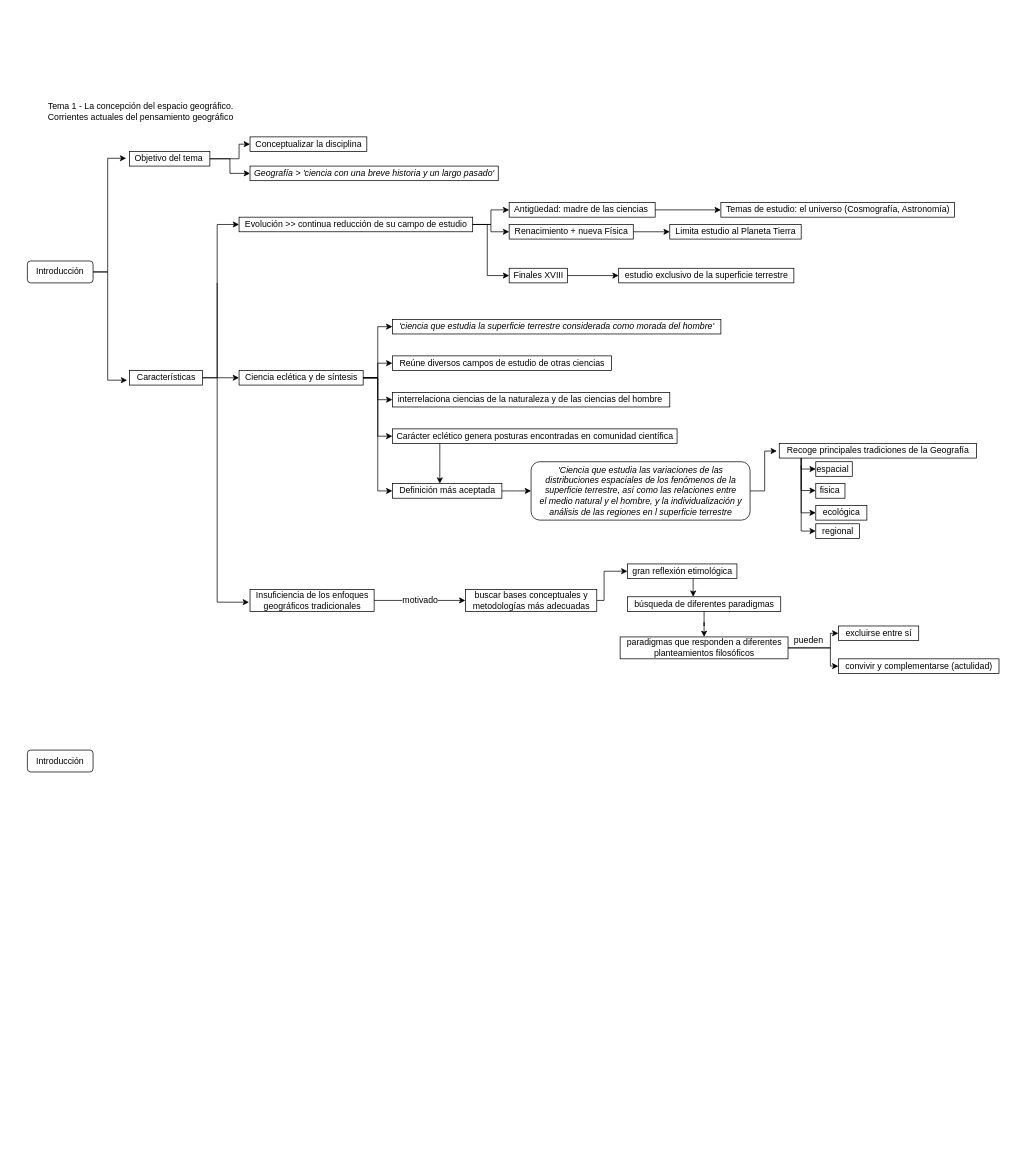
Earlier version of the draw.io diagram Untitled Diagram.drawio (Syldori/esqHistoria). Source tidied: cells renumbered, new cells numbered last; positions are measured from the earlier drawing's top-left corner, leaving out a move shared by most shapes. Both pictures are drawn from the tidied source at 73%, with x=0, y=0 at pixel (27, 100).
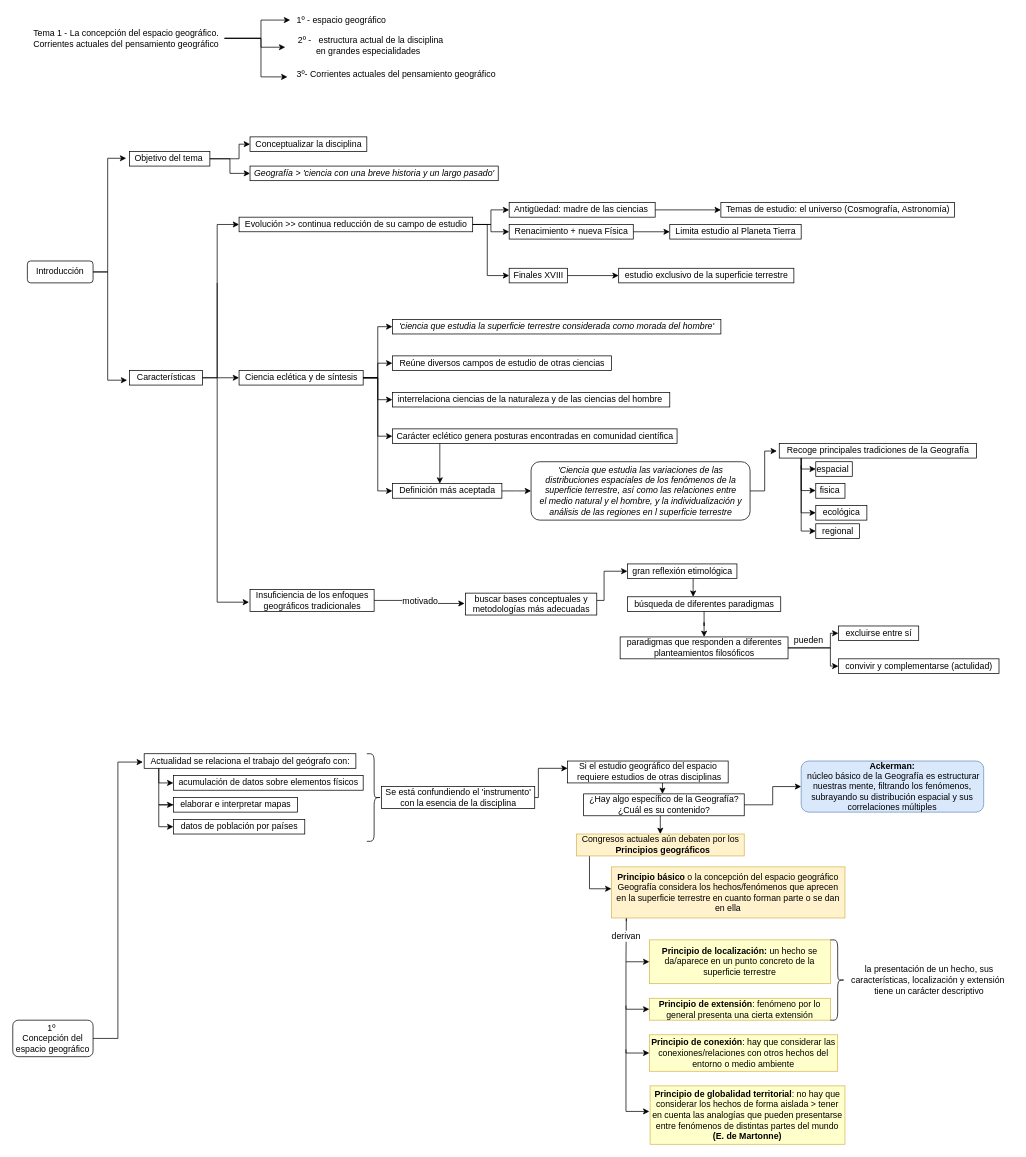
The same page after the edit.

The change refers to these unchanged cells:
```xml
<mxCell id="54" value="Insuficiencia de los enfoques &lt;br&gt;geográficos tradicionales" style="text;html=1;align=center;verticalAlign=middle;points=[];strokeColor=#000000;" parent="1" vertex="1">
  <mxGeometry x="305" y="670" width="170" height="30" as="geometry" />
</mxCell>
```

Diff of the diagram source:
```diff
@@
+    <mxCell id="67" style="edgeStyle=orthogonalEdgeStyle;rounded=0;jettySize=auto;html=1;fontSize=12;" parent="1" edge="1" source="5" target="71">
+      <mxGeometry relative="1" as="geometry">
+        <Array as="points">
+          <mxPoint x="320" y="-85" />
+          <mxPoint x="320" y="-110" />
+        </Array>
+      </mxGeometry>
+    </mxCell>
+    <mxCell id="68" style="edgeStyle=orthogonalEdgeStyle;rounded=0;jettySize=auto;html=1;fontSize=12;entryX=-0.008;entryY=0.572;entryDx=0;entryDy=0;entryPerimeter=0;" parent="1" edge="1" source="5" target="72">
+      <mxGeometry relative="1" as="geometry">
+        <Array as="points">
+          <mxPoint x="320" y="-85" />
+          <mxPoint x="320" y="-73" />
+        </Array>
+      </mxGeometry>
+    </mxCell>
+    <mxCell id="69" style="edgeStyle=orthogonalEdgeStyle;rounded=0;jettySize=auto;html=1;fontSize=12;entryX=-0.013;entryY=0.642;entryDx=0;entryDy=0;entryPerimeter=0;" parent="1" edge="1" source="5" target="73">
+      <mxGeometry relative="1" as="geometry">
+        <Array as="points">
+          <mxPoint x="320" y="-85" />
+          <mxPoint x="320" y="-32" />
+        </Array>
+      </mxGeometry>
+    </mxCell>
     <mxCell id="5" value="Tema 1 - La concepción del espacio geográfico. &lt;br&gt;Corrientes actuales del pensamiento geográfico&lt;br&gt;" style="text;html=1;align=center;verticalAlign=middle;points=[];" parent="1" vertex="1">
-      <mxGeometry x="20" width="270" height="30" as="geometry" />
+      <mxGeometry y="-100" width="270" height="30" as="geometry" />
     </mxCell>
@@
-    <mxCell id="53" value="motivado" style="edgeStyle=orthogonalEdgeStyle;rounded=0;jettySize=auto;html=1;fontSize=12;" parent="1" edge="1" source="54" target="56">
+    <mxCell id="53" value="motivado" style="rounded=0;jettySize=auto;html=1;fontSize=12;entryX=-0.006;entryY=0.472;entryDx=0;entryDy=0;entryPerimeter=0;edgeStyle=orthogonalEdgeStyle;" parent="1" edge="1" source="54" target="56">
       <mxGeometry relative="1" as="geometry">
         <Array as="points">
-          <mxPoint x="650" y="680" />
-          <mxPoint x="650" y="680" />
+          <mxPoint x="538" y="685" />
+          <mxPoint x="538" y="689" />
         </Array>
       </mxGeometry>
     </mxCell>
@@
     <mxCell id="56" value="buscar bases conceptuales y&lt;br&gt;metodologías más adecuadas" style="text;html=1;align=center;verticalAlign=middle;points=[];strokeColor=#000000;" parent="1" vertex="1">
-      <mxGeometry x="600" y="670" width="180" height="30" as="geometry" />
+      <mxGeometry x="600" y="675" width="180" height="30" as="geometry" />
     </mxCell>
@@
+    <mxCell id="70" style="edgeStyle=elbowEdgeStyle;rounded=0;jettySize=auto;html=1;fontSize=12;entryX=-0.006;entryY=0.572;entryDx=0;entryDy=0;entryPerimeter=0;" parent="1" edge="1" source="66" target="75">
+      <mxGeometry relative="1" as="geometry" />
+    </mxCell>
-    <mxCell id="66" value="Introducción" style="rounded=1;whiteSpace=wrap;html=1;" parent="1" vertex="1">
-      <mxGeometry y="890" width="90" height="30" as="geometry" />
+    <mxCell id="66" value="1º&amp;nbsp; &lt;br&gt;Concepción del espacio geográfico" style="rounded=1;whiteSpace=wrap;html=1;" parent="1" vertex="1">
+      <mxGeometry x="-20" y="1260" width="110" height="50" as="geometry" />
     </mxCell>
+    <mxCell id="71" value="1º - espacio geográfico" style="text;html=1;align=center;verticalAlign=middle;points=[];fontSize=12;" parent="1" vertex="1">
+      <mxGeometry x="360" y="-120" width="140" height="20" as="geometry" />
+    </mxCell>
+    <mxCell id="72" value="&amp;nbsp; &amp;nbsp;2º -&amp;nbsp; &amp;nbsp;estructura actual de la disciplina&lt;br&gt;&amp;nbsp;en grandes especialidades" style="text;html=1;align=center;verticalAlign=middle;points=[];" parent="1" vertex="1">
+      <mxGeometry x="355" y="-90" width="220" height="30" as="geometry" />
+    </mxCell>
+    <mxCell id="73" value="3º- Corrientes actuales del pensamiento geográfico" style="text;html=1;align=center;verticalAlign=middle;points=[];" parent="1" vertex="1">
+      <mxGeometry x="360" y="-45" width="290" height="20" as="geometry" />
+    </mxCell>
+    <mxCell id="74" style="edgeStyle=elbowEdgeStyle;rounded=0;jettySize=auto;html=1;fontSize=12;" parent="1" edge="1" source="75" target="77">
+      <mxGeometry relative="1" as="geometry">
+        <Array as="points">
+          <mxPoint x="180" y="935" />
+          <mxPoint x="160" y="945" />
+        </Array>
+      </mxGeometry>
+    </mxCell>
+    <mxCell id="75" value="Actualidad se relaciona el trabajo del geógrafo con:" style="text;html=1;align=center;verticalAlign=middle;points=[];strokeColor=#000000;" parent="1" vertex="1">
+      <mxGeometry x="160" y="895" width="290" height="20" as="geometry" />
+    </mxCell>
+    <mxCell id="76" style="edgeStyle=elbowEdgeStyle;rounded=0;jettySize=auto;html=1;fontSize=12;" parent="1" edge="1" target="79">
+      <mxGeometry relative="1" as="geometry">
+        <mxPoint x="180" y="915" as="sourcePoint" />
+        <Array as="points">
+          <mxPoint x="180" y="945" />
+          <mxPoint x="180" y="955" />
+        </Array>
+      </mxGeometry>
+    </mxCell>
+    <mxCell id="77" value="acumulación de datos sobre elementos físicos" style="text;html=1;align=center;verticalAlign=middle;points=[];strokeColor=#000000;" parent="1" vertex="1">
+      <mxGeometry x="200" y="925" width="260" height="20" as="geometry" />
+    </mxCell>
+    <mxCell id="78" style="edgeStyle=orthogonalEdgeStyle;rounded=0;jettySize=auto;html=1;fontSize=12;" parent="1" edge="1" source="79" target="80">
+      <mxGeometry relative="1" as="geometry">
+        <Array as="points">
+          <mxPoint x="180" y="965" />
+          <mxPoint x="180" y="995" />
+        </Array>
+      </mxGeometry>
+    </mxCell>
+    <mxCell id="79" value="elaborar e interpretar mapas" style="text;html=1;align=center;verticalAlign=middle;points=[];strokeColor=#000000;" parent="1" vertex="1">
+      <mxGeometry x="200" y="955" width="170" height="20" as="geometry" />
+    </mxCell>
+    <mxCell id="80" value="datos de población por países" style="text;html=1;align=center;verticalAlign=middle;points=[];strokeColor=#000000;" parent="1" vertex="1">
+      <mxGeometry x="200" y="985" width="180" height="20" as="geometry" />
+    </mxCell>
+    <mxCell id="81" style="shape=curlyBracket;whiteSpace=wrap;html=1;rounded=1;strokeColor=#000000;strokeWidth=1;fontSize=12;direction=west;" parent="1" vertex="1">
+      <mxGeometry x="465" y="895" width="20" height="120" as="geometry" />
+    </mxCell>
+    <mxCell id="82" style="edgeStyle=orthogonalEdgeStyle;rounded=0;jettySize=auto;html=1;fontSize=12;" parent="1" edge="1" source="83" target="85">
+      <mxGeometry relative="1" as="geometry">
+        <Array as="points">
+          <mxPoint x="700" y="955" />
+          <mxPoint x="700" y="915" />
+        </Array>
+      </mxGeometry>
+    </mxCell>
+    <mxCell id="83" value="Se está confundiendo el 'instrumento' &lt;br&gt;con la esencia de la disciplina" style="text;html=1;align=center;verticalAlign=middle;points=[];strokeColor=#000000;" parent="1" vertex="1">
+      <mxGeometry x="485" y="940" width="210" height="30" as="geometry" />
+    </mxCell>
+    <mxCell id="84" style="edgeStyle=orthogonalEdgeStyle;rounded=0;jettySize=auto;html=1;fontSize=12;" parent="1" edge="1" source="85" target="88">
+      <mxGeometry relative="1" as="geometry">
+        <Array as="points">
+          <mxPoint x="870" y="945" />
+          <mxPoint x="870" y="945" />
+        </Array>
+      </mxGeometry>
+    </mxCell>
+    <mxCell id="85" value="Si el estudio geográfico del espacio&lt;br&gt;&amp;nbsp;requiere estudios de otras disciplinas" style="text;html=1;align=center;verticalAlign=middle;points=[];strokeColor=#000000;" parent="1" vertex="1">
+      <mxGeometry x="740" y="905" width="220" height="30" as="geometry" />
+    </mxCell>
+    <mxCell id="86" style="edgeStyle=orthogonalEdgeStyle;rounded=0;jettySize=auto;html=1;fontSize=12;" parent="1" edge="1" source="88" target="89">
+      <mxGeometry relative="1" as="geometry" />
+    </mxCell>
+    <mxCell id="87" style="edgeStyle=orthogonalEdgeStyle;rounded=0;jettySize=auto;html=1;fontSize=12;" parent="1" edge="1" source="88" target="91">
+      <mxGeometry relative="1" as="geometry">
+        <Array as="points">
+          <mxPoint x="867" y="990" />
+          <mxPoint x="867" y="990" />
+        </Array>
+      </mxGeometry>
+    </mxCell>
+    <mxCell id="88" value="¿Hay algo específico de la Geografía?&lt;br&gt;¿Cuál es su contenido?" style="text;html=1;align=center;verticalAlign=middle;points=[];strokeColor=#000000;" parent="1" vertex="1">
+      <mxGeometry x="762" y="950" width="220" height="30" as="geometry" />
+    </mxCell>
+    <mxCell id="89" value="&lt;b&gt;Ackerman:&lt;br&gt;&amp;nbsp;&lt;/b&gt;núcleo básico de la Geografía es estructurar nuestras mente, filtrando los fenómenos, subrayando su distribución espacial y sus correlaciones múltiples" style="rounded=1;whiteSpace=wrap;html=1;shadow=0;glass=0;sketch=0;strokeColor=#6c8ebf;strokeWidth=1;fillColor=#dae8fc;fontSize=12;" parent="1" vertex="1">
+      <mxGeometry x="1060" y="905" width="250" height="70" as="geometry" />
+    </mxCell>
+    <mxCell id="90" style="edgeStyle=orthogonalEdgeStyle;rounded=0;jettySize=auto;html=1;fontSize=12;" parent="1" edge="1" source="91" target="93">
+      <mxGeometry relative="1" as="geometry">
+        <Array as="points">
+          <mxPoint x="770" y="1080" />
+        </Array>
+      </mxGeometry>
+    </mxCell>
+    <mxCell id="91" value="Congresos actuales aún debaten por los&lt;br&gt;&amp;nbsp;&amp;nbsp;&lt;b&gt;Principios geográficos&lt;/b&gt;" style="text;html=1;align=center;verticalAlign=middle;points=[];strokeColor=#d6b656;fillColor=#fff2cc;" parent="1" vertex="1">
+      <mxGeometry x="752" y="1005" width="230" height="30" as="geometry" />
+    </mxCell>
+    <mxCell id="92" value="derivan" style="edgeStyle=orthogonalEdgeStyle;rounded=0;jettySize=auto;html=1;exitX=0.064;exitY=1.063;exitDx=0;exitDy=0;entryX=0;entryY=0.5;entryDx=0;entryDy=0;fontSize=12;exitPerimeter=0;" parent="1" edge="1" source="93" target="95">
+      <mxGeometry x="-0.4" relative="1" as="geometry">
+        <Array as="points">
+          <mxPoint x="821" y="1120" />
+          <mxPoint x="820" y="1140" />
+          <mxPoint x="820" y="1180" />
+        </Array>
+      </mxGeometry>
+    </mxCell>
+    <mxCell id="93" value="&lt;b&gt;Principio básico &lt;/b&gt;o la concepción del espacio geográfico&lt;br&gt;Geografía considera los hechos/fenómenos que aprecen en la superficie terrestre en cuanto forman parte o se dan en ella" style="whiteSpace=wrap;html=1;strokeColor=#d6b656;fillColor=#fff2cc;" parent="1" vertex="1">
+      <mxGeometry x="800" y="1050" width="320" height="70" as="geometry" />
+    </mxCell>
+    <mxCell id="94" style="edgeStyle=orthogonalEdgeStyle;rounded=0;jettySize=auto;html=1;fontSize=12;entryX=0;entryY=0.5;entryDx=0;entryDy=0;" parent="1" edge="1" target="96">
+      <mxGeometry relative="1" as="geometry">
+        <mxPoint x="820" y="1180" as="sourcePoint" />
+        <Array as="points">
+          <mxPoint x="820" y="1245" />
+        </Array>
+      </mxGeometry>
+    </mxCell>
+    <mxCell id="95" value="&lt;b&gt;Principio de localización:&lt;/b&gt; un hecho se da/aparece en un punto concreto de la superficie terrestre" style="whiteSpace=wrap;html=1;strokeColor=#d6b656;fillColor=#FFFFCC;" parent="1" vertex="1">
+      <mxGeometry x="852" y="1150" width="248" height="60" as="geometry" />
+    </mxCell>
+    <mxCell id="96" value="&lt;b&gt;Principio de extensión&lt;/b&gt;: fenómeno por lo general presenta una cierta extensión" style="whiteSpace=wrap;html=1;strokeColor=#d6b656;fillColor=#FFFFCC;" parent="1" vertex="1">
+      <mxGeometry x="852" y="1230" width="248" height="30" as="geometry" />
+    </mxCell>
+    <mxCell id="97" value="&lt;b&gt;Principio de conexión&lt;/b&gt;: hay que considerar las conexiones/relaciones con otros hechos del entorno o medio ambiente" style="whiteSpace=wrap;html=1;strokeColor=#d6b656;fillColor=#FFFFCC;" parent="1" vertex="1">
+      <mxGeometry x="852" y="1280" width="258" height="50" as="geometry" />
+    </mxCell>
+    <mxCell id="98" style="shape=curlyBracket;whiteSpace=wrap;html=1;rounded=1;strokeColor=#000000;strokeWidth=1;fontSize=12;direction=west;" parent="1" vertex="1">
+      <mxGeometry x="1100" y="1150" width="20" height="110" as="geometry" />
+    </mxCell>
+    <mxCell id="99" value="la presentación de un hecho, sus &lt;br&gt;características, localización y extensión&amp;nbsp;&lt;br&gt;tiene un carácter descriptivo" style="text;html=1;align=center;verticalAlign=middle;fontSize=12;" parent="1" vertex="1">
+      <mxGeometry x="1120" y="1180" width="230" height="50" as="geometry" />
+    </mxCell>
+    <mxCell id="100" value="&lt;b&gt;Principio de globalidad territorial&lt;/b&gt;: no hay que considerar los hechos de forma aislada &amp;gt; tener en cuenta las analogías que pueden presentarse entre fenómenos de distintas partes del mundo &lt;b&gt;(E. de Martonne)&lt;/b&gt;" style="whiteSpace=wrap;html=1;strokeColor=#d6b656;fillColor=#FFFFCC;" parent="1" vertex="1">
+      <mxGeometry x="853" y="1350" width="267" height="80" as="geometry" />
+    </mxCell>
+    <mxCell id="101" style="edgeStyle=orthogonalEdgeStyle;rounded=0;orthogonalLoop=1;jettySize=auto;html=1;fontSize=12;entryX=0;entryY=0.5;entryDx=0;entryDy=0;" parent="1" edge="1">
+      <mxGeometry relative="1" as="geometry">
+        <mxPoint x="820" y="1240" as="sourcePoint" />
+        <mxPoint x="852" y="1305" as="targetPoint" />
+        <Array as="points">
+          <mxPoint x="820" y="1305" />
+        </Array>
+      </mxGeometry>
+    </mxCell>
+    <mxCell id="102" style="edgeStyle=orthogonalEdgeStyle;rounded=0;orthogonalLoop=1;jettySize=auto;html=1;fontSize=12;entryX=0;entryY=0.5;entryDx=0;entryDy=0;" parent="1" edge="1">
+      <mxGeometry relative="1" as="geometry">
+        <mxPoint x="820" y="1300" as="sourcePoint" />
+        <mxPoint x="852" y="1385" as="targetPoint" />
+        <Array as="points">
+          <mxPoint x="820" y="1385" />
+        </Array>
+      </mxGeometry>
+    </mxCell>
```
